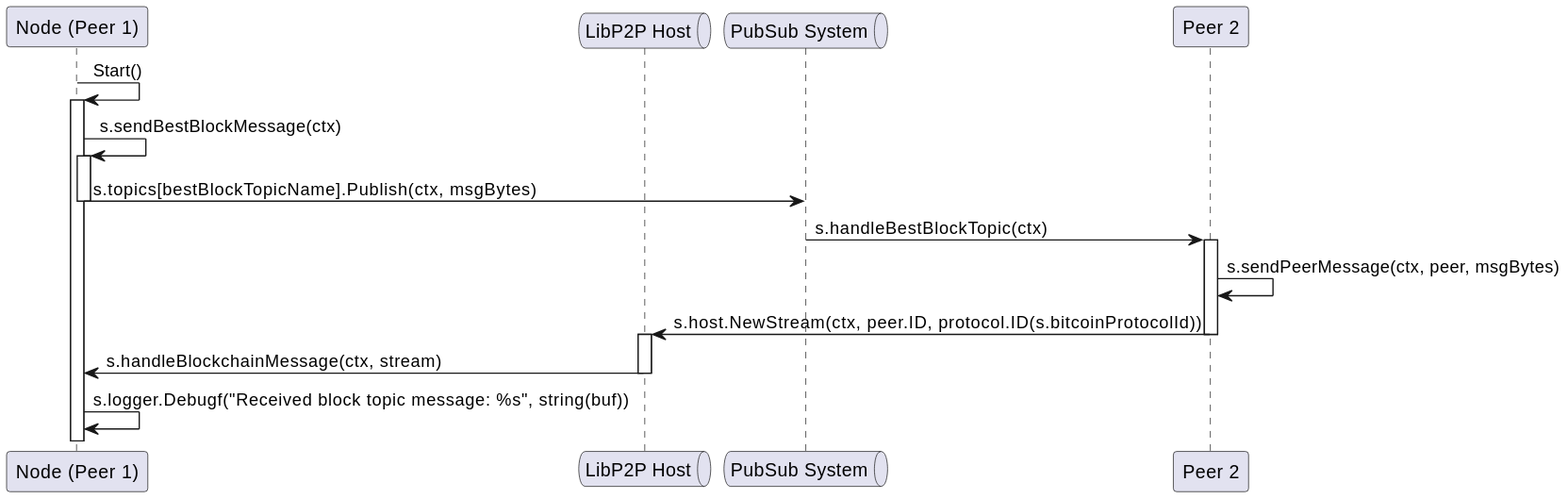
Earlier version of the PlantUML export docs/services/img/plantuml/p2p/p2p_handle_blockchain_messages.svg (freemans13/teranode). Its source is kept beside it as docs/services/img/plantuml/p2p/p2p_handle_blockchain_messages.puml. Its diagram source:
```plantuml
@startuml

participant "Node (Peer 1)" as Node1
queue "LibP2P Host" as LibP2P
queue "PubSub System" as PubSub
participant "Peer 2" as Peer2

Node1 -> Node1: Start()
activate Node1
Node1 -> Node1: s.sendBestBlockMessage(ctx)
activate Node1
Node1 -> PubSub: s.topics[bestBlockTopicName].Publish(ctx, msgBytes)
deactivate Node1

PubSub ->  Peer2: s.handleBestBlockTopic(ctx)
activate Peer2


Peer2 -> Peer2: s.sendPeerMessage(ctx, peer, msgBytes)
Peer2 -> LibP2P: s.host.NewStream(ctx, peer.ID, protocol.ID(s.bitcoinProtocolId))
deactivate Peer2

activate LibP2P

LibP2P -> Node1: s.handleBlockchainMessage(ctx, stream)
deactivate LibP2P
Node1 -> Node1: s.logger.Debugf("Received block topic message: %s", string(buf))


@enduml
```
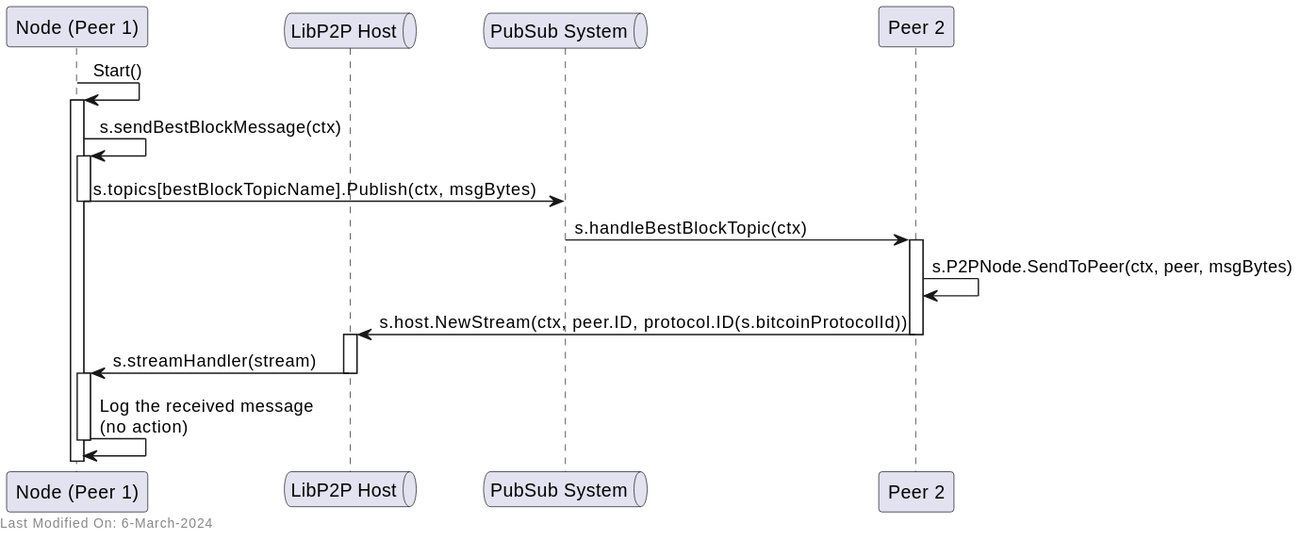
Above is the later version.

The edit, as a diff of the source:
```diff
@@ -16,15 +16,19 @@
 activate Peer2
 
 
-Peer2 -> Peer2: s.sendPeerMessage(ctx, peer, msgBytes)
+Peer2 -> Peer2: s.P2PNode.SendToPeer(ctx, peer, msgBytes)
 Peer2 -> LibP2P: s.host.NewStream(ctx, peer.ID, protocol.ID(s.bitcoinProtocolId))
 deactivate Peer2
 
 activate LibP2P
 
-LibP2P -> Node1: s.handleBlockchainMessage(ctx, stream)
+LibP2P -> Node1: s.streamHandler(stream)
 deactivate LibP2P
-Node1 -> Node1: s.logger.Debugf("Received block topic message: %s", string(buf))
 
+activate Node1
+Node1 -> Node1: Log the received message \n(no action)
+deactivate Node1
+
+left footer Last Modified On: 6-March-2024
 
 @enduml
```
